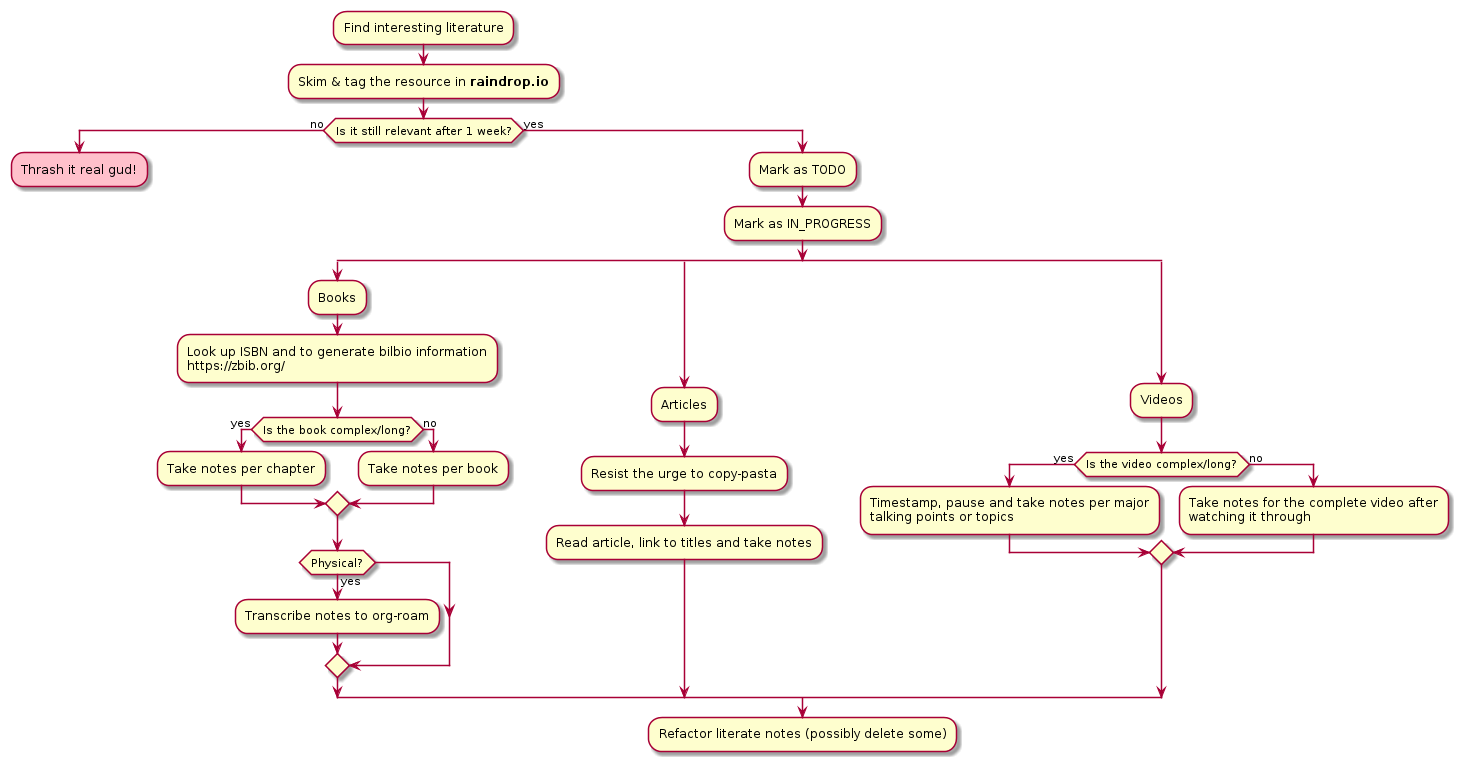
Before: .images/personal-workflow-literature-notes.png, a diagram exported from PlantUML (venikx/braindump).
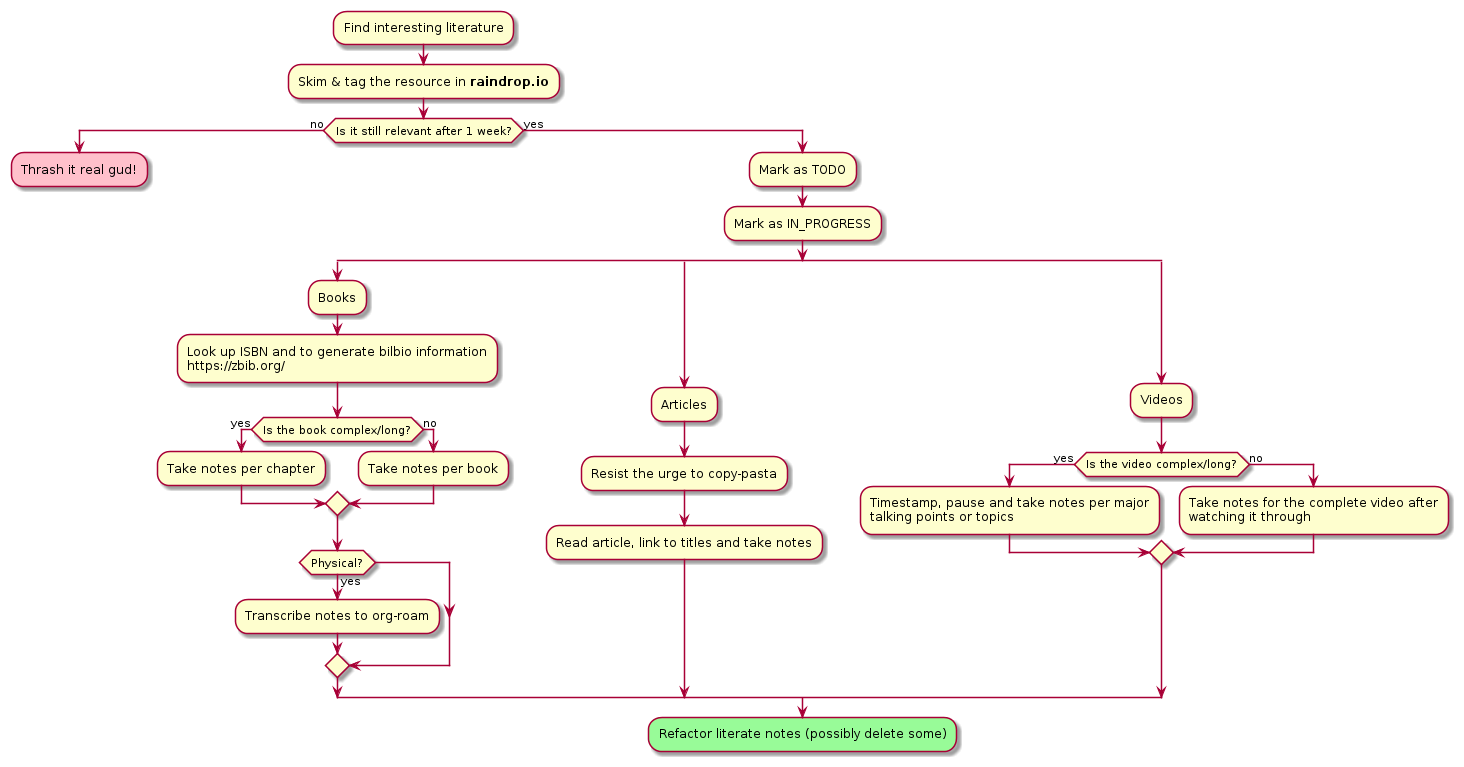
After the change.

Diff of the diagram source:
```diff
@@ -34,7 +34,7 @@
       watching it through;
     endif
   end split
-  :Refactor literate notes (possibly delete some);
+  #palegreen:Refactor literate notes (possibly delete some);
   kill
 endif
 @enduml
```
